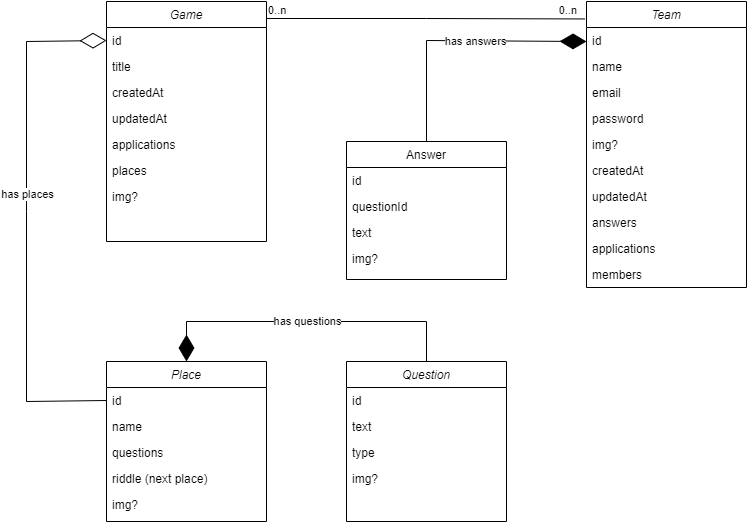
Before: images/szititour-backend.png, a diagram exported from draw.io (mherczku/szititour). Source tidied: cells renumbered, new cells last; positions are measured from the earlier drawing's top-left corner, leaving out a move shared by most shapes. The source it was exported from:
```xml
<mxGraphModel>
  <root>
    <mxCell id="0" />
    <mxCell id="1" parent="0" />
    <mxCell id="2" value="Team" style="swimlane;fontStyle=2;align=center;verticalAlign=top;horizontal=1;startSize=26;rounded=0;shadow=0;strokeWidth=1;" parent="1" vertex="1">
      <mxGeometry x="560" width="160" height="286" as="geometry" />
    </mxCell>
    <mxCell id="3" value="id" style="text;align=left;verticalAlign=top;spacingLeft=4;spacingRight=4;overflow=hidden;points=[[0,0.5],[1,0.5]];portConstraint=eastwest;" parent="2" vertex="1">
      <mxGeometry y="26" width="160" height="26" as="geometry" />
    </mxCell>
    <mxCell id="4" value="name" style="text;align=left;verticalAlign=top;spacingLeft=4;spacingRight=4;overflow=hidden;rounded=0;shadow=0;html=0;" parent="2" vertex="1">
      <mxGeometry y="52" width="160" height="26" as="geometry" />
    </mxCell>
    <mxCell id="5" value="email" style="text;align=left;verticalAlign=top;spacingLeft=4;spacingRight=4;overflow=hidden;rounded=0;shadow=0;html=0;" parent="2" vertex="1">
      <mxGeometry y="78" width="160" height="26" as="geometry" />
    </mxCell>
    <mxCell id="6" value="password" style="text;align=left;verticalAlign=top;spacingLeft=4;spacingRight=4;overflow=hidden;rounded=0;shadow=0;html=0;" parent="2" vertex="1">
      <mxGeometry y="104" width="160" height="26" as="geometry" />
    </mxCell>
    <mxCell id="7" value="img?" style="text;align=left;verticalAlign=top;spacingLeft=4;spacingRight=4;overflow=hidden;rounded=0;shadow=0;html=0;" parent="2" vertex="1">
      <mxGeometry y="130" width="160" height="26" as="geometry" />
    </mxCell>
    <mxCell id="8" value="createdAt" style="text;align=left;verticalAlign=top;spacingLeft=4;spacingRight=4;overflow=hidden;rounded=0;shadow=0;html=0;" parent="2" vertex="1">
      <mxGeometry y="156" width="160" height="26" as="geometry" />
    </mxCell>
    <mxCell id="9" value="updatedAt" style="text;align=left;verticalAlign=top;spacingLeft=4;spacingRight=4;overflow=hidden;rounded=0;shadow=0;html=0;" parent="2" vertex="1">
      <mxGeometry y="182" width="160" height="26" as="geometry" />
    </mxCell>
    <mxCell id="10" value="answers" style="text;align=left;verticalAlign=top;spacingLeft=4;spacingRight=4;overflow=hidden;rounded=0;shadow=0;html=0;" parent="2" vertex="1">
      <mxGeometry y="208" width="160" height="26" as="geometry" />
    </mxCell>
    <mxCell id="11" value="applications" style="text;align=left;verticalAlign=top;spacingLeft=4;spacingRight=4;overflow=hidden;rounded=0;shadow=0;html=0;" parent="2" vertex="1">
      <mxGeometry y="234" width="160" height="26" as="geometry" />
    </mxCell>
    <mxCell id="12" value="members" style="text;align=left;verticalAlign=top;spacingLeft=4;spacingRight=4;overflow=hidden;rounded=0;shadow=0;html=0;" parent="2" vertex="1">
      <mxGeometry y="260" width="160" height="26" as="geometry" />
    </mxCell>
    <mxCell id="13" value="Answer" style="swimlane;fontStyle=0;align=center;verticalAlign=top;horizontal=1;startSize=26;rounded=0;shadow=0;strokeWidth=1;" parent="1" vertex="1">
      <mxGeometry x="320" y="140" width="160" height="138" as="geometry" />
    </mxCell>
    <mxCell id="14" value="id" style="text;align=left;verticalAlign=top;spacingLeft=4;spacingRight=4;overflow=hidden;" parent="13" vertex="1">
      <mxGeometry y="26" width="160" height="26" as="geometry" />
    </mxCell>
    <mxCell id="15" value="questionId" style="text;align=left;verticalAlign=top;spacingLeft=4;spacingRight=4;overflow=hidden;rounded=0;shadow=0;html=0;" parent="13" vertex="1">
      <mxGeometry y="52" width="160" height="26" as="geometry" />
    </mxCell>
    <mxCell id="16" value="text" style="text;align=left;verticalAlign=top;spacingLeft=4;spacingRight=4;overflow=hidden;rounded=0;shadow=0;html=0;" parent="13" vertex="1">
      <mxGeometry y="78" width="160" height="26" as="geometry" />
    </mxCell>
    <mxCell id="17" value="img?" style="text;align=left;verticalAlign=top;spacingLeft=4;spacingRight=4;overflow=hidden;rounded=0;shadow=0;html=0;" parent="13" vertex="1">
      <mxGeometry y="104" width="160" height="26" as="geometry" />
    </mxCell>
    <mxCell id="18" value="Game" style="swimlane;fontStyle=2;align=center;verticalAlign=top;horizontal=1;startSize=26;rounded=0;shadow=0;strokeWidth=1;" parent="1" vertex="1">
      <mxGeometry x="80" width="160" height="240" as="geometry" />
    </mxCell>
    <mxCell id="19" value="id" style="text;align=left;verticalAlign=top;spacingLeft=4;spacingRight=4;overflow=hidden;points=[[0,0.5],[1,0.5]];portConstraint=eastwest;" parent="18" vertex="1">
      <mxGeometry y="26" width="160" height="26" as="geometry" />
    </mxCell>
    <mxCell id="20" value="title" style="text;align=left;verticalAlign=top;spacingLeft=4;spacingRight=4;overflow=hidden;rounded=0;shadow=0;html=0;" parent="18" vertex="1">
      <mxGeometry y="52" width="160" height="26" as="geometry" />
    </mxCell>
    <mxCell id="21" value="createdAt" style="text;align=left;verticalAlign=top;spacingLeft=4;spacingRight=4;overflow=hidden;rounded=0;shadow=0;html=0;" parent="18" vertex="1">
      <mxGeometry y="78" width="160" height="26" as="geometry" />
    </mxCell>
    <mxCell id="22" value="updatedAt" style="text;align=left;verticalAlign=top;spacingLeft=4;spacingRight=4;overflow=hidden;rounded=0;shadow=0;html=0;" parent="18" vertex="1">
      <mxGeometry y="104" width="160" height="26" as="geometry" />
    </mxCell>
    <mxCell id="23" value="applications" style="text;align=left;verticalAlign=top;spacingLeft=4;spacingRight=4;overflow=hidden;rounded=0;shadow=0;html=0;" parent="18" vertex="1">
      <mxGeometry y="130" width="160" height="26" as="geometry" />
    </mxCell>
    <mxCell id="24" value="places" style="text;align=left;verticalAlign=top;spacingLeft=4;spacingRight=4;overflow=hidden;rounded=0;shadow=0;html=0;" parent="18" vertex="1">
      <mxGeometry y="156" width="160" height="26" as="geometry" />
    </mxCell>
    <mxCell id="25" value="img?" style="text;align=left;verticalAlign=top;spacingLeft=4;spacingRight=4;overflow=hidden;rounded=0;shadow=0;html=0;" parent="18" vertex="1">
      <mxGeometry y="182" width="160" height="26" as="geometry" />
    </mxCell>
    <mxCell id="26" value="Place" style="swimlane;fontStyle=2;align=center;verticalAlign=top;horizontal=1;startSize=26;rounded=0;shadow=0;strokeWidth=1;" parent="1" vertex="1">
      <mxGeometry x="80" y="360" width="160" height="160" as="geometry" />
    </mxCell>
    <mxCell id="27" value="id" style="text;align=left;verticalAlign=top;spacingLeft=4;spacingRight=4;overflow=hidden;points=[[0,0.5],[1,0.5]];portConstraint=eastwest;" parent="26" vertex="1">
      <mxGeometry y="26" width="160" height="26" as="geometry" />
    </mxCell>
    <mxCell id="28" value="name" style="text;align=left;verticalAlign=top;spacingLeft=4;spacingRight=4;overflow=hidden;rounded=0;shadow=0;html=0;" parent="26" vertex="1">
      <mxGeometry y="52" width="160" height="26" as="geometry" />
    </mxCell>
    <mxCell id="29" value="questions" style="text;align=left;verticalAlign=top;spacingLeft=4;spacingRight=4;overflow=hidden;rounded=0;shadow=0;html=0;" parent="26" vertex="1">
      <mxGeometry y="78" width="160" height="26" as="geometry" />
    </mxCell>
    <mxCell id="30" value="riddle (next place)" style="text;align=left;verticalAlign=top;spacingLeft=4;spacingRight=4;overflow=hidden;rounded=0;shadow=0;html=0;" parent="26" vertex="1">
      <mxGeometry y="104" width="160" height="26" as="geometry" />
    </mxCell>
    <mxCell id="31" value="img?" style="text;align=left;verticalAlign=top;spacingLeft=4;spacingRight=4;overflow=hidden;rounded=0;shadow=0;html=0;" parent="26" vertex="1">
      <mxGeometry y="130" width="160" height="26" as="geometry" />
    </mxCell>
    <mxCell id="32" style="endArrow=diamondThin;endFill=1;endSize=24;html=1;rounded=0;entryX=0;entryY=0.5;entryDx=0;entryDy=0;exitX=0.5;exitY=0;exitDx=0;exitDy=0;" parent="1" edge="1" source="13" target="3">
      <mxGeometry relative="1" as="geometry">
        <Array as="points">
          <mxPoint x="400" y="39" />
          <mxPoint x="560" y="40" />
        </Array>
      </mxGeometry>
    </mxCell>
    <mxCell id="33" value="has answers" style="edgeLabel;html=1;align=center;verticalAlign=middle;" parent="32" vertex="1">
      <mxGeometry x="0.14" relative="1" as="geometry" />
    </mxCell>
    <mxCell id="34" style="endArrow=diamondThin;endFill=0;endSize=24;html=1;rounded=0;exitX=0;exitY=0.5;exitDx=0;exitDy=0;entryX=0;entryY=0.5;entryDx=0;entryDy=0;" parent="1" edge="1" source="27" target="19">
      <mxGeometry relative="1" as="geometry">
        <Array as="points">
          <mxPoint y="400" />
          <mxPoint y="210" />
          <mxPoint y="40" />
        </Array>
      </mxGeometry>
    </mxCell>
    <mxCell id="35" value="has places" style="edgeLabel;html=1;align=center;verticalAlign=middle;" parent="34" vertex="1">
      <mxGeometry x="0.11" y="-1" relative="1" as="geometry" />
    </mxCell>
    <mxCell id="36" value="Question" style="swimlane;fontStyle=2;align=center;verticalAlign=top;horizontal=1;startSize=26;rounded=0;shadow=0;strokeWidth=1;" parent="1" vertex="1">
      <mxGeometry x="320" y="360" width="160" height="160" as="geometry" />
    </mxCell>
    <mxCell id="37" value="id" style="text;align=left;verticalAlign=top;spacingLeft=4;spacingRight=4;overflow=hidden;points=[[0,0.5],[1,0.5]];portConstraint=eastwest;" parent="36" vertex="1">
      <mxGeometry y="26" width="160" height="26" as="geometry" />
    </mxCell>
    <mxCell id="38" value="text" style="text;align=left;verticalAlign=top;spacingLeft=4;spacingRight=4;overflow=hidden;rounded=0;shadow=0;html=0;" parent="36" vertex="1">
      <mxGeometry y="52" width="160" height="26" as="geometry" />
    </mxCell>
    <mxCell id="39" value="type" style="text;align=left;verticalAlign=top;spacingLeft=4;spacingRight=4;overflow=hidden;rounded=0;shadow=0;html=0;" parent="36" vertex="1">
      <mxGeometry y="78" width="160" height="26" as="geometry" />
    </mxCell>
    <mxCell id="40" value="img?" style="text;align=left;verticalAlign=top;spacingLeft=4;spacingRight=4;overflow=hidden;rounded=0;shadow=0;html=0;" parent="36" vertex="1">
      <mxGeometry y="104" width="160" height="26" as="geometry" />
    </mxCell>
    <mxCell id="41" style="endArrow=none;html=1;edgeStyle=orthogonalEdgeStyle;rounded=0;entryX=-0.01;entryY=0.061;entryDx=0;entryDy=0;entryPerimeter=0;" parent="1" edge="1" target="2">
      <mxGeometry relative="1" as="geometry">
        <mxPoint x="240" y="17" as="sourcePoint" />
      </mxGeometry>
    </mxCell>
    <mxCell id="42" value="0..n" style="edgeLabel;html=1;align=left;verticalAlign=bottom;" parent="41" vertex="1">
      <mxGeometry x="-1" relative="1" as="geometry" />
    </mxCell>
    <mxCell id="43" value="0..n" style="edgeLabel;html=1;align=right;verticalAlign=bottom;" parent="41" vertex="1">
      <mxGeometry x="1" relative="1" as="geometry">
        <mxPoint x="-8" as="offset" />
      </mxGeometry>
    </mxCell>
    <mxCell id="44" style="endArrow=diamondThin;endFill=1;endSize=24;html=1;rounded=0;entryX=0.5;entryY=0;entryDx=0;entryDy=0;exitX=0.5;exitY=0;exitDx=0;exitDy=0;" parent="1" edge="1" source="36" target="26">
      <mxGeometry relative="1" as="geometry">
        <Array as="points">
          <mxPoint x="400" y="320" />
          <mxPoint x="160" y="320" />
        </Array>
      </mxGeometry>
    </mxCell>
    <mxCell id="45" value="has questions" style="edgeLabel;html=1;align=center;verticalAlign=middle;" parent="44" vertex="1">
      <mxGeometry x="0.29" relative="1" as="geometry">
        <mxPoint x="46" as="offset" />
      </mxGeometry>
    </mxCell>
  </root>
</mxGraphModel>
```
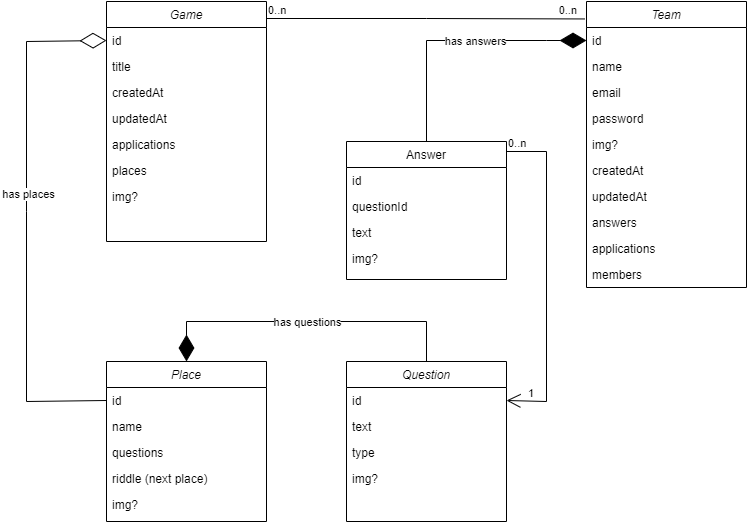
After the change.

What changed in the source:
```diff
@@ -96,7 +96,7 @@
       <mxGeometry relative="1" as="geometry">
         <Array as="points">
           <mxPoint x="400" y="39" />
-          <mxPoint x="560" y="40" />
+          <mxPoint x="520" y="39" />
         </Array>
       </mxGeometry>
     </mxCell>
@@ -156,5 +156,20 @@
         <mxPoint x="46" as="offset" />
       </mxGeometry>
     </mxCell>
+    <mxCell id="46" style="endArrow=open;endFill=1;endSize=12;html=1;rounded=0;entryX=1;entryY=0.5;entryDx=0;entryDy=0;" parent="1" edge="1" target="37">
+      <mxGeometry relative="1" as="geometry">
+        <mxPoint x="480" y="150" as="sourcePoint" />
+        <Array as="points">
+          <mxPoint x="520" y="150" />
+          <mxPoint x="520" y="400" />
+        </Array>
+      </mxGeometry>
+    </mxCell>
+    <mxCell id="47" value="0..n" style="edgeLabel;html=1;align=left;verticalAlign=bottom;" parent="1" vertex="1">
+      <mxGeometry x="480" y="150" as="geometry" />
+    </mxCell>
+    <mxCell id="48" value="1" style="edgeLabel;html=1;align=left;verticalAlign=bottom;" parent="1" vertex="1">
+      <mxGeometry x="500" y="400" as="geometry" />
+    </mxCell>
   </root>
 </mxGraphModel>
```
